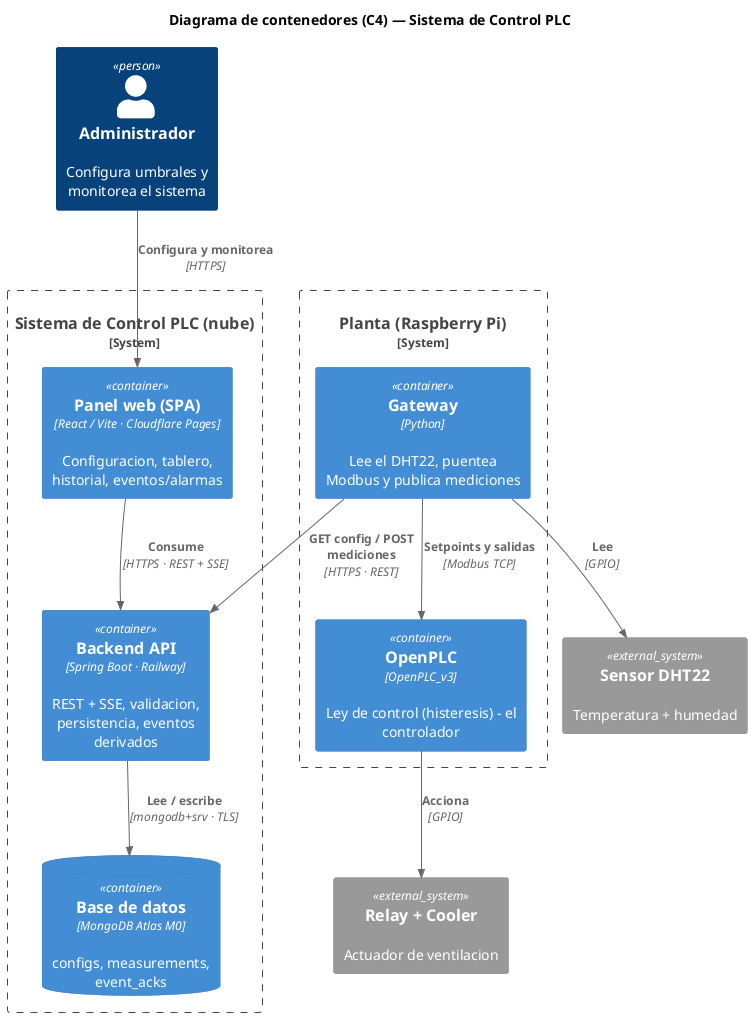
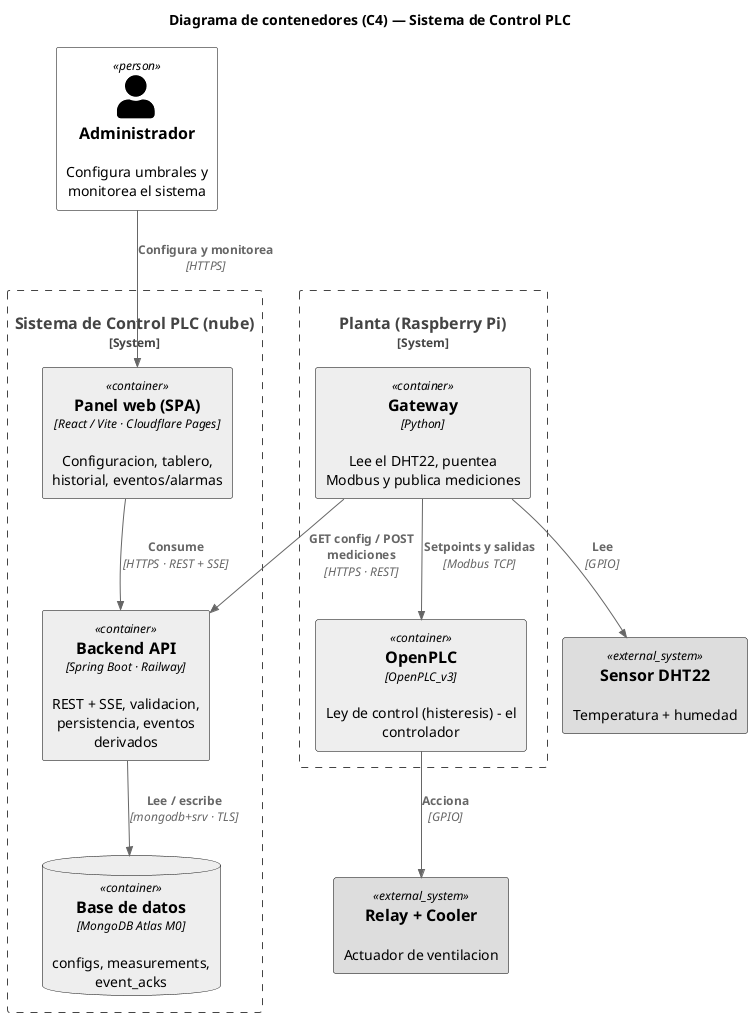
@startuml c4_container
' Vista de arquitectura C4 - nivel 2 (contenedores). Complementa a UML (no lo reemplaza).
!include <C4/C4_Container>
skinparam backgroundColor #FFFFFF
skinparam shadowing false
+ UpdateElementStyle("person", $bgColor="#FFFFFF", $fontColor="#000000", $borderColor="#000000")
+ UpdateElementStyle("system", $bgColor="#EEEEEE", $fontColor="#000000", $borderColor="#000000")
+ UpdateElementStyle("external_system", $bgColor="#DDDDDD", $fontColor="#000000", $borderColor="#000000")
+ UpdateElementStyle("container", $bgColor="#EEEEEE", $fontColor="#000000", $borderColor="#000000")
+ UpdateElementStyle("container_db", $bgColor="#EEEEEE", $fontColor="#000000", $borderColor="#000000")
+ UpdateElementStyle("component", $bgColor="#FFFFFF", $fontColor="#000000", $borderColor="#000000")

title Diagrama de contenedores (C4) — Sistema de Control PLC

Person(admin, "Administrador", "Configura umbrales y monitorea el sistema")

System_Boundary(cloud, "Sistema de Control PLC (nube)") {
  Container(spa, "Panel web (SPA)", "React / Vite · Cloudflare Pages", "Configuracion, tablero, historial, eventos/alarmas")
  Container(api, "Backend API", "Spring Boot · Railway", "REST + SSE, validacion, persistencia, eventos derivados")
  ContainerDb(db, "Base de datos", "MongoDB Atlas M0", "configs, measurements, event_acks")
}

System_Boundary(plant, "Planta (Raspberry Pi)") {
  Container(gw, "Gateway", "Python", "Lee el DHT22, puentea Modbus y publica mediciones")
  Container(plc, "OpenPLC", "OpenPLC_v3", "Ley de control (histeresis) - el controlador")
}

System_Ext(dht, "Sensor DHT22", "Temperatura + humedad")
System_Ext(cooler, "Relay + Cooler", "Actuador de ventilacion")

Rel(admin, spa, "Configura y monitorea", "HTTPS")
Rel(spa, api, "Consume", "HTTPS · REST + SSE")
Rel(api, db, "Lee / escribe", "mongodb+srv · TLS")
Rel(gw, api, "GET config / POST mediciones", "HTTPS · REST")
Rel(gw, plc, "Setpoints y salidas", "Modbus TCP")
Rel(gw, dht, "Lee", "GPIO")
Rel(plc, cooler, "Acciona", "GPIO")
@enduml
